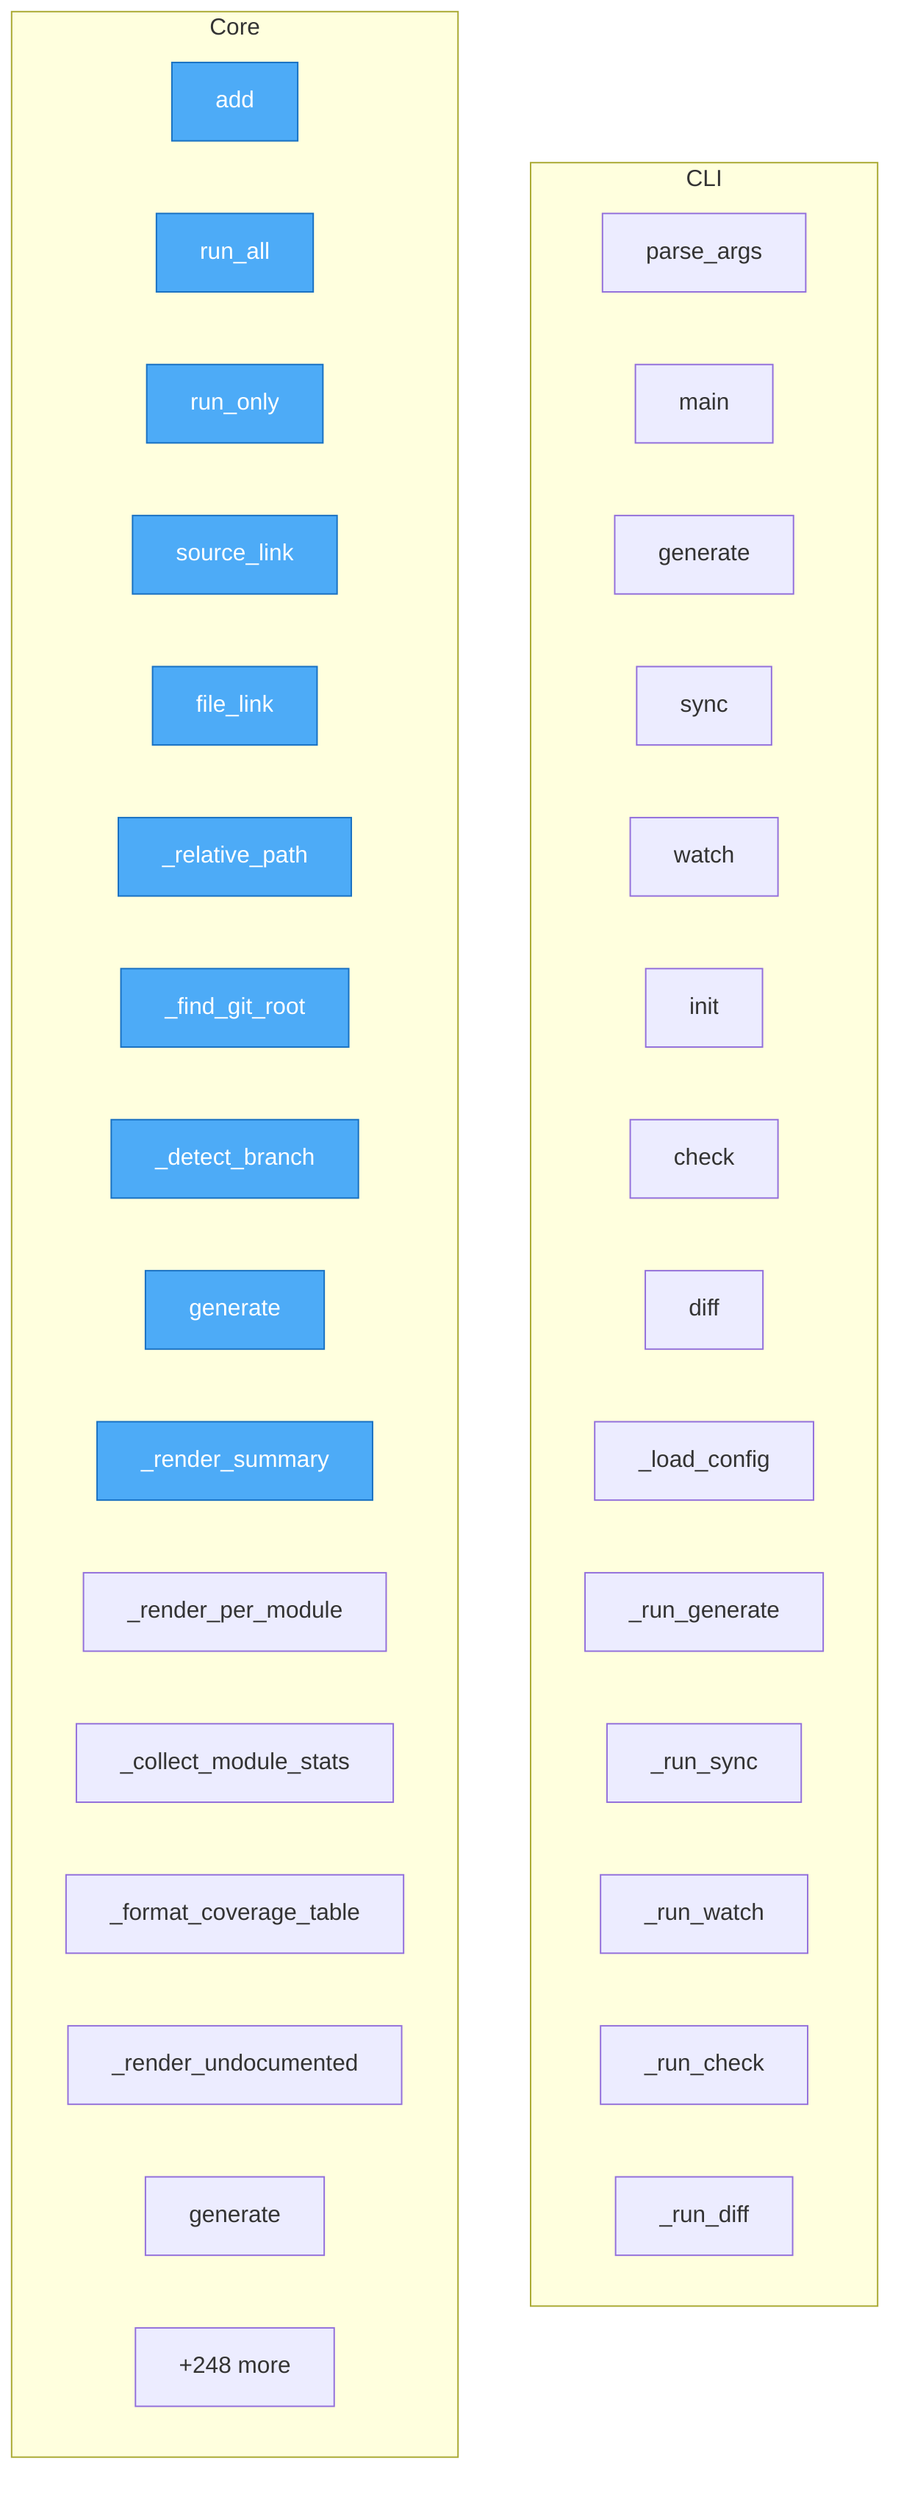
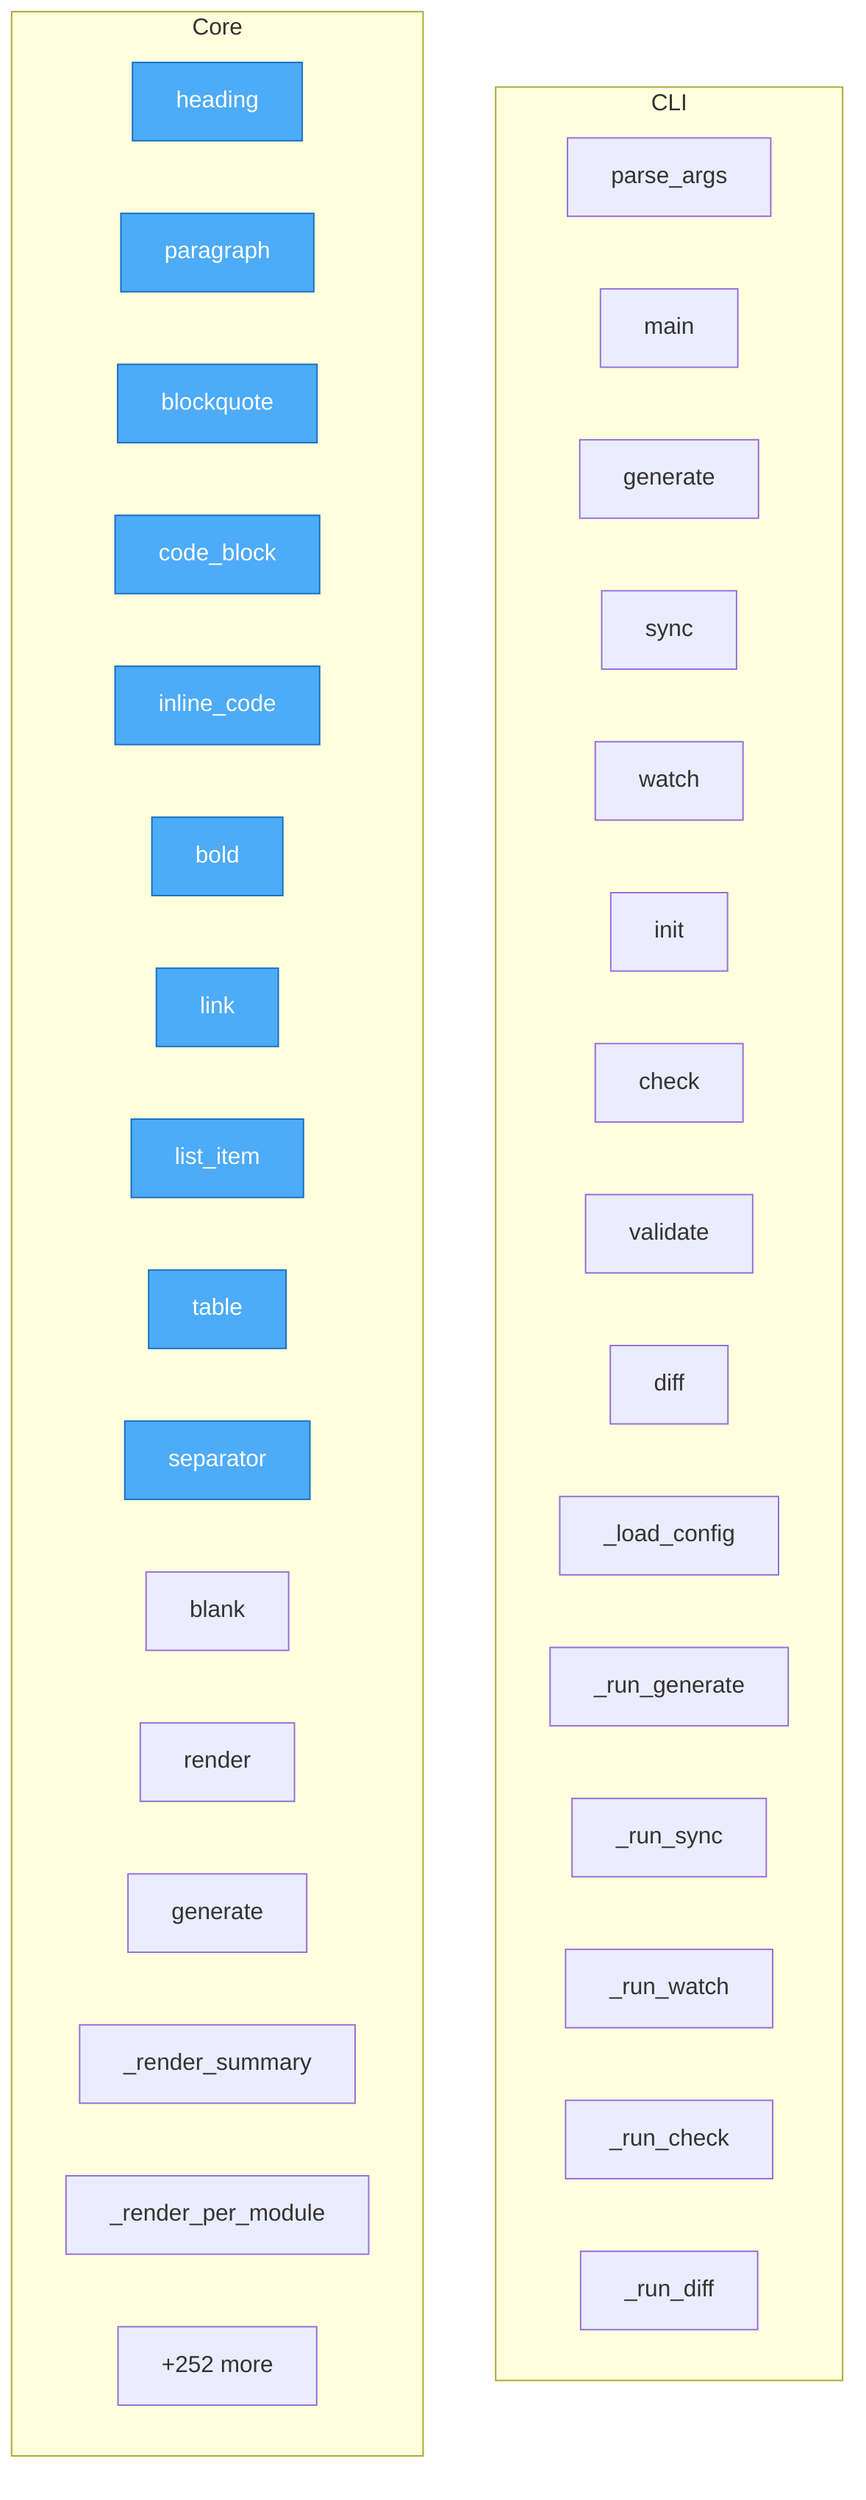
flowchart TD

    %% Entry points (blue)
    classDef entry fill:#4dabf7,stroke:#1971c2,color:#fff

    subgraph CLI
        code2docs__cli__DefaultGroup__parse_args["parse_args"]
        code2docs__cli__main["main"]
        code2docs__cli__generate["generate"]
        code2docs__cli__sync["sync"]
        code2docs__cli__watch["watch"]
        code2docs__cli__init["init"]
        code2docs__cli__check["check"]
+         code2docs__cli__validate["validate"]
        code2docs__cli__diff["diff"]
        code2docs__cli___load_config["_load_config"]
        code2docs__cli___run_generate["_run_generate"]
        code2docs__cli___run_sync["_run_sync"]
        code2docs__cli___run_watch["_run_watch"]
        code2docs__cli___run_check["_run_check"]
        code2docs__cli___run_diff["_run_diff"]
    end

    subgraph Core
-         code2docs__registry__GeneratorRegistry__add["add"]
-         code2docs__registry__GeneratorRegistry__run_all["run_all"]
-         code2docs__registry__GeneratorRegistry__run_only["run_only"]
-         code2docs__generators___source_links__SourceLinker__source_link["source_link"]
-         code2docs__generators___source_links__SourceLinker__file_link["file_link"]
-         code2docs__generators___source_links__SourceLinker___relative_path["_relative_path"]
-         code2docs__generators___source_links__SourceLinker___find_git_root["_find_git_root"]
-         code2docs__generators___source_links__SourceLinker___detect_branch["_detect_branch"]
+         code2docs__formatters__markdown__MarkdownFormatter__heading["heading"]
+         code2docs__formatters__markdown__MarkdownFormatter__paragraph["paragraph"]
+         code2docs__formatters__markdown__MarkdownFormatter__blockquote["blockquote"]
+         code2docs__formatters__markdown__MarkdownFormatter__code_block["code_block"]
+         code2docs__formatters__markdown__MarkdownFormatter__inline_code["inline_code"]
+         code2docs__formatters__markdown__MarkdownFormatter__bold["bold"]
+         code2docs__formatters__markdown__MarkdownFormatter__link["link"]
+         code2docs__formatters__markdown__MarkdownFormatter__list_item["list_item"]
+         code2docs__formatters__markdown__MarkdownFormatter__table["table"]
+         code2docs__formatters__markdown__MarkdownFormatter__separator["separator"]
+         code2docs__formatters__markdown__MarkdownFormatter__blank["blank"]
+         code2docs__formatters__markdown__MarkdownFormatter__render["render"]
        code2docs__generators__coverage_gen__CoverageGenerator__generate["generate"]
        code2docs__generators__coverage_gen__CoverageGenerator___render_summary["_render_summary"]
        code2docs__generators__coverage_gen__CoverageGenerator___render_per_module["_render_per_module"]
-         code2docs__generators__coverage_gen__CoverageGenerator___collect_module_stats["_collect_module_stats"]
-         code2docs__generators__coverage_gen__CoverageGenerator___format_coverage_table["_format_coverage_table"]
-         code2docs__generators__coverage_gen__CoverageGenerator___render_undocumented["_render_undocumented"]
-         code2docs__generators__depgraph_gen__DepGraphGenerator__generate["generate"]
-         ...["+248 more"]
+         ...["+252 more"]
    end

-     class code2docs__registry__GeneratorRegistry__add,code2docs__registry__GeneratorRegistry__run_all,code2docs__registry__GeneratorRegistry__run_only,code2docs__generators___source_links__SourceLinker__source_link,code2docs__generators___source_links__SourceLinker__file_link,code2docs__generators___source_links__SourceLinker___relative_path,code2docs__generators___source_links__SourceLinker___find_git_root,code2docs__generators___source_links__SourceLinker___detect_branch,code2docs__generators__coverage_gen__CoverageGenerator__generate,code2docs__generators__coverage_gen__CoverageGenerator___render_summary entry
+     class code2docs__formatters__markdown__MarkdownFormatter__heading,code2docs__formatters__markdown__MarkdownFormatter__paragraph,code2docs__formatters__markdown__MarkdownFormatter__blockquote,code2docs__formatters__markdown__MarkdownFormatter__code_block,code2docs__formatters__markdown__MarkdownFormatter__inline_code,code2docs__formatters__markdown__MarkdownFormatter__bold,code2docs__formatters__markdown__MarkdownFormatter__link,code2docs__formatters__markdown__MarkdownFormatter__list_item,code2docs__formatters__markdown__MarkdownFormatter__table,code2docs__formatters__markdown__MarkdownFormatter__separator entry
